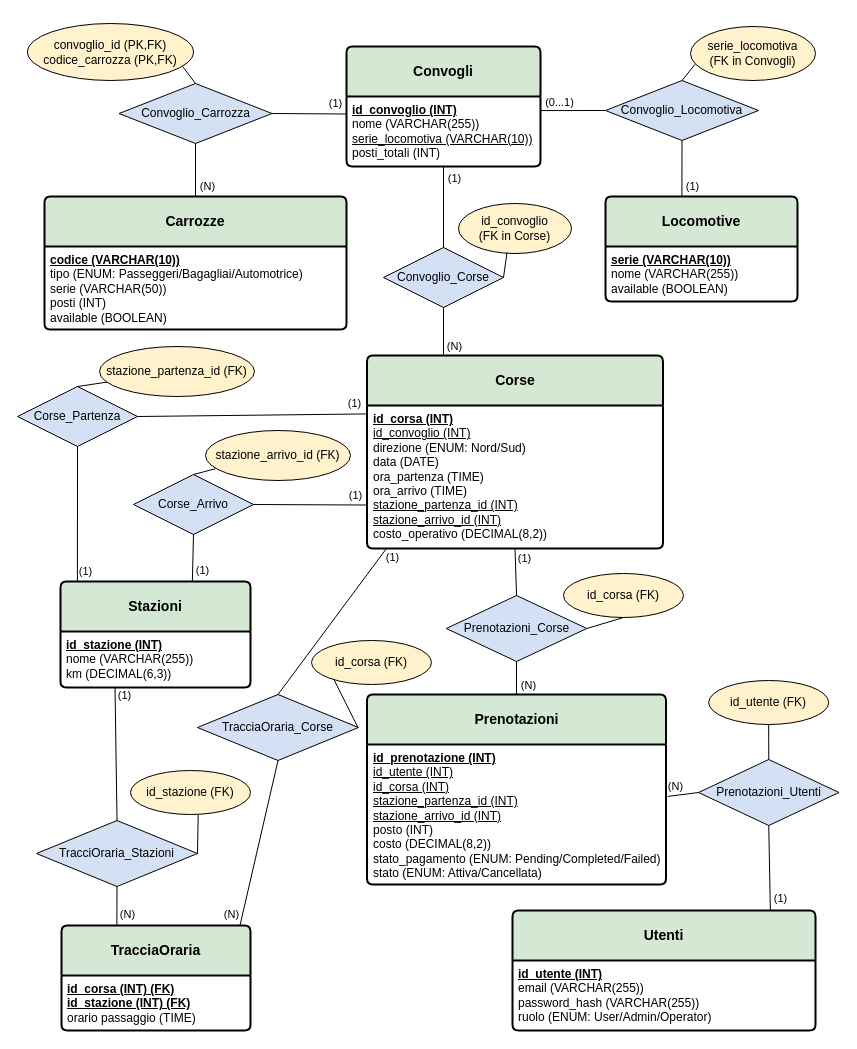
The draw.io diagram page "Page-4" (4 of 4) of ER - vendita biglietti per SFT.drawio in alex991906/vendita-biglietti-sft, before the edit. Source tidied: cells renumbered, new cells numbered last; positions are measured from the earlier drawing's top-left corner, leaving out a move shared by most shapes. Both pictures are drawn from the tidied source at 100%, with x=0, y=0 at pixel (17, 23).
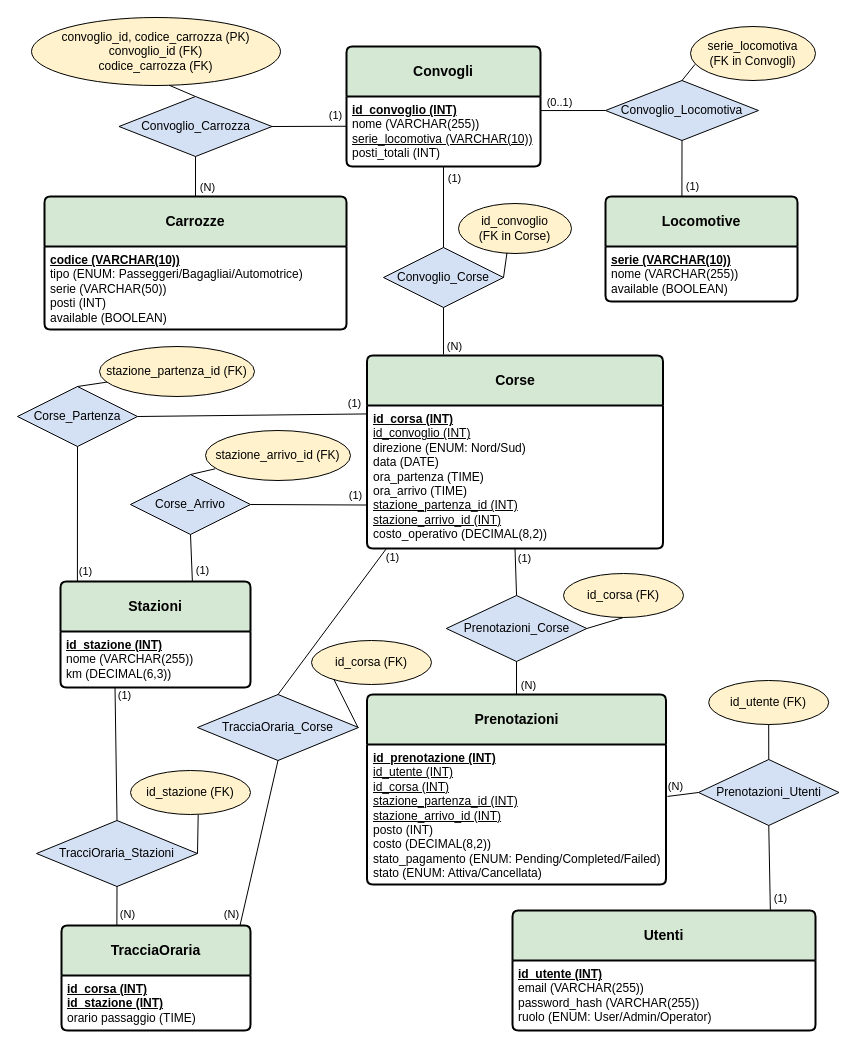
The same diagram, later.

The change refers to these unchanged cells:
```xml
<mxCell id="11" value="&lt;div&gt;&lt;div&gt;&lt;b&gt;&lt;u&gt;id_convoglio (INT)&lt;/u&gt;&lt;/b&gt;&lt;/div&gt;&lt;div&gt;nome (VARCHAR(255))&lt;/div&gt;&lt;div&gt;&lt;u&gt;serie_locomotiva (VARCHAR(10))&lt;/u&gt;&lt;/div&gt;&lt;div&gt;&lt;span style=&quot;background-color: transparent; color: light-dark(rgb(0, 0, 0), rgb(255, 255, 255));&quot;&gt;posti_totali (INT&lt;/span&gt;&lt;span style=&quot;background-color: transparent; color: light-dark(rgb(0, 0, 0), rgb(255, 255, 255));&quot;&gt;)&lt;/span&gt;&lt;/div&gt;&lt;/div&gt;" style="align=left;strokeColor=none;fillColor=none;spacingLeft=4;spacingRight=4;fontSize=12;verticalAlign=top;html=1;whiteSpace=wrap;" parent="10" vertex="1">
  <mxGeometry y="50" width="194" height="70" as="geometry" />
</mxCell>
<mxCell id="16" value="&lt;b&gt;TracciaOraria&lt;/b&gt;" style="swimlane;horizontal=1;startSize=50;rounded=1;fontSize=14;fontStyle=0;strokeWidth=2;shadow=0;dashed=0;align=center;arcSize=4;whiteSpace=wrap;html=1;fillColor=#D5E8D4;" parent="1" vertex="1">
  <mxGeometry x="44" y="902" width="189" height="105" as="geometry" />
</mxCell>
<mxCell id="26" style="endArrow=none;html=1;rounded=0;entryX=0;entryY=0.5;entryDx=0;entryDy=0;exitX=1.003;exitY=0.201;exitDx=0;exitDy=0;exitPerimeter=0;" parent="1" edge="1" source="11" target="25">
  <mxGeometry relative="1" as="geometry" />
</mxCell>
```

The edit, as a diff of the source:
```diff
@@
-    <mxCell id="17" value="&lt;u&gt;&lt;b&gt;id_corsa (INT) (FK)&lt;/b&gt;&lt;/u&gt;&lt;div&gt;&lt;span style=&quot;background-color: transparent; color: light-dark(rgb(0, 0, 0), rgb(255, 255, 255));&quot;&gt;&lt;b&gt;&lt;u&gt;id_stazione (INT) (FK)&lt;/u&gt;&lt;/b&gt;&lt;/span&gt;&lt;/div&gt;&lt;div&gt;&lt;span style=&quot;background-color: transparent; color: light-dark(rgb(0, 0, 0), rgb(255, 255, 255));&quot;&gt;orario passaggio (TIME)&lt;/span&gt;&lt;/div&gt;" style="align=left;strokeColor=none;fillColor=none;spacingLeft=4;spacingRight=4;fontSize=12;verticalAlign=top;html=1;whiteSpace=wrap;" parent="16" vertex="1">
+    <mxCell id="17" value="&lt;u&gt;&lt;b&gt;id_corsa (INT)&lt;/b&gt;&lt;/u&gt;&lt;div&gt;&lt;div&gt;&lt;span style=&quot;background-color: transparent; color: light-dark(rgb(0, 0, 0), rgb(255, 255, 255));&quot;&gt;&lt;b&gt;&lt;u&gt;id_stazione (INT)&lt;/u&gt;&lt;/b&gt;&lt;/span&gt;&lt;/div&gt;&lt;div&gt;&lt;span style=&quot;background-color: transparent; color: light-dark(rgb(0, 0, 0), rgb(255, 255, 255));&quot;&gt;orario passaggio (TIME)&lt;/span&gt;&lt;/div&gt;&lt;/div&gt;" style="align=left;strokeColor=none;fillColor=none;spacingLeft=4;spacingRight=4;fontSize=12;verticalAlign=top;html=1;whiteSpace=wrap;" parent="16" vertex="1">
       <mxGeometry y="50" width="189" height="55" as="geometry" />
     </mxCell>
     <mxCell id="18" value="Convoglio_Carrozza" style="shape=rhombus;perimeter=rhombusPerimeter;whiteSpace=wrap;html=1;align=center;fillColor=#D4E1F5;" parent="1" vertex="1">
-      <mxGeometry x="101.5" y="60" width="153" height="60" as="geometry" />
+      <mxGeometry x="101.5" y="73" width="153" height="60" as="geometry" />
     </mxCell>
-    <mxCell id="19" style="endArrow=none;html=1;rounded=0;exitX=1;exitY=0.5;exitDx=0;exitDy=0;entryX=0;entryY=0.25;entryDx=0;entryDy=0;" parent="1" edge="1" source="18" target="11">
+    <mxCell id="19" style="endArrow=none;html=1;rounded=0;exitX=1;exitY=0.5;exitDx=0;exitDy=0;entryX=0;entryY=0.425;entryDx=0;entryDy=0;entryPerimeter=0;" parent="1" edge="1" source="18" target="11">
       <mxGeometry relative="1" as="geometry" />
     </mxCell>
@@
-    <mxCell id="23" value="convoglio_id (PK,FK)&lt;div&gt;codice_carrozza (PK,FK)&lt;/div&gt;" style="ellipse;whiteSpace=wrap;html=1;align=center;fillColor=#FFF2CC;" parent="1" vertex="1">
-      <mxGeometry x="10" width="166" height="57" as="geometry" />
+    <mxCell id="23" value="convoglio_id, codice_carrozza (PK)&lt;br&gt;&lt;div&gt;convoglio_id (FK)&lt;/div&gt;&lt;div&gt;codice_carrozza (FK)&lt;/div&gt;" style="ellipse;whiteSpace=wrap;html=1;align=center;fillColor=#FFF2CC;" parent="1" vertex="1">
+      <mxGeometry x="14" y="-6" width="249" height="68" as="geometry" />
     </mxCell>
-    <mxCell id="24" style="endArrow=none;html=1;rounded=0;exitX=0.5;exitY=0;exitDx=0;exitDy=0;entryX=0.934;entryY=0.752;entryDx=0;entryDy=0;entryPerimeter=0;" parent="1" edge="1" source="18" target="23">
+    <mxCell id="24" style="endArrow=none;html=1;rounded=0;exitX=0.5;exitY=0;exitDx=0;exitDy=0;entryX=0.553;entryY=0.996;entryDx=0;entryDy=0;entryPerimeter=0;" parent="1" edge="1" source="18" target="23">
       <mxGeometry relative="1" as="geometry" />
     </mxCell>
@@
-    <mxCell id="27" value="(0...1)" style="edgeLabel;html=1;align=center;verticalAlign=middle;" parent="26" vertex="1">
+    <mxCell id="27" value="(0..1)" style="edgeLabel;html=1;align=center;verticalAlign=middle;" parent="26" vertex="1">
       <mxGeometry x="-0.86" relative="1" as="geometry">
         <mxPoint x="13" y="-9" as="offset" />
       </mxGeometry>
     </mxCell>
@@
     <mxCell id="40" value="Corse_Arrivo" style="shape=rhombus;perimeter=rhombusPerimeter;whiteSpace=wrap;html=1;align=center;fillColor=#D4E1F5;" parent="1" vertex="1">
-      <mxGeometry x="116" y="451" width="120" height="60" as="geometry" />
+      <mxGeometry x="113" y="451" width="120" height="60" as="geometry" />
     </mxCell>
```
